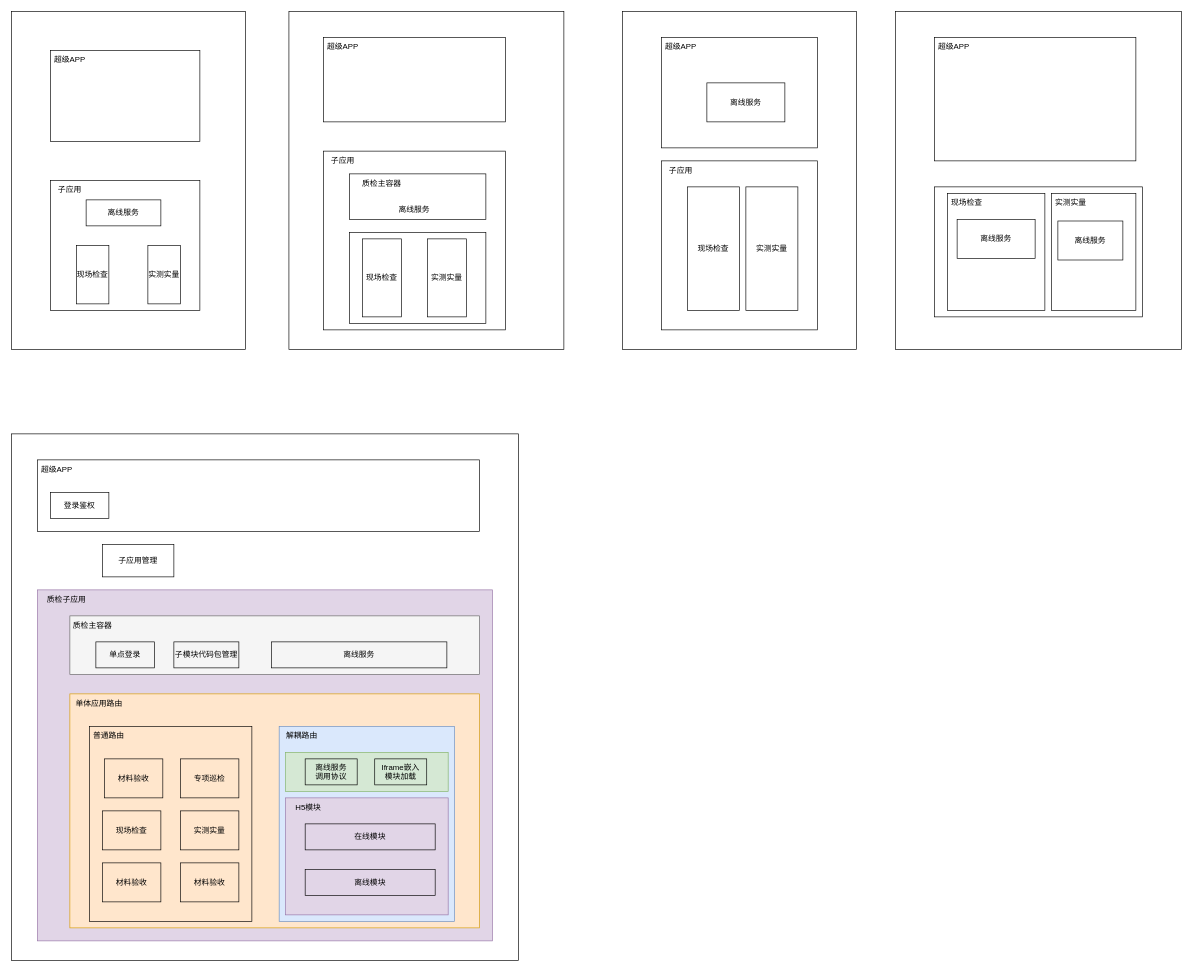
jsven/design-draw keeps this draw.io diagram as micro/Untitled Diagram.drawio. Above is the earlier version. Source tidied: cells renumbered, new cells numbered last; positions are measured from the earlier drawing's top-left corner, leaving out a move shared by most shapes. Both pictures are drawn from the tidied source at 65%, with x=0, y=0 at pixel (11, 11).
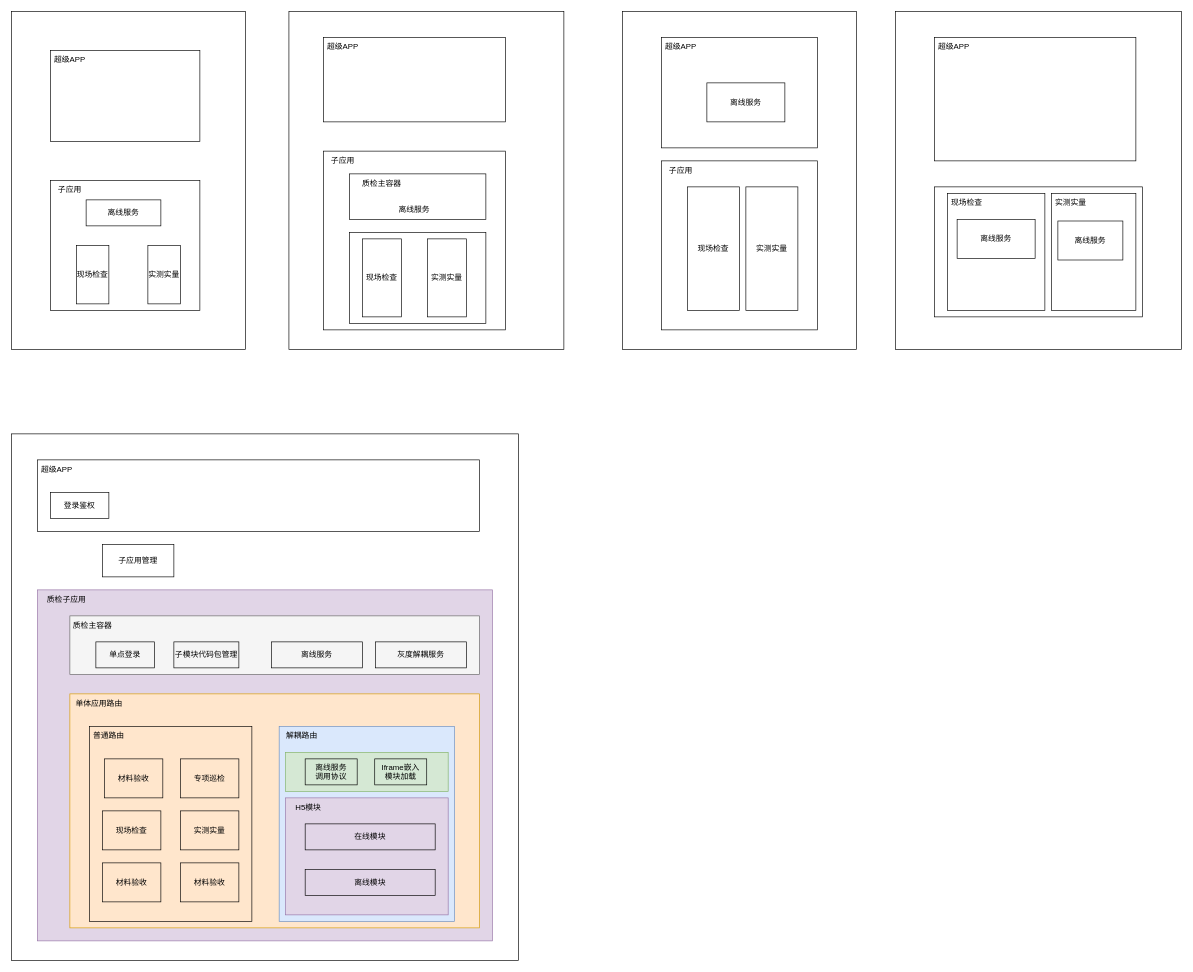
After the change.

The edit, as a diff of the source:
```diff
@@
     <mxCell id="57" value="离线服务" style="rounded=0;whiteSpace=wrap;html=1;fillColor=none;" parent="1" vertex="1">
-      <mxGeometry x="400" y="970" width="270" height="40" as="geometry" />
+      <mxGeometry x="400" y="970" width="140" height="40" as="geometry" />
     </mxCell>
@@
+    <mxCell id="79" value="灰度解耦服务" style="rounded=0;whiteSpace=wrap;html=1;fillColor=none;" parent="1" vertex="1">
+      <mxGeometry x="560" y="970" width="140" height="40" as="geometry" />
+    </mxCell>
```
